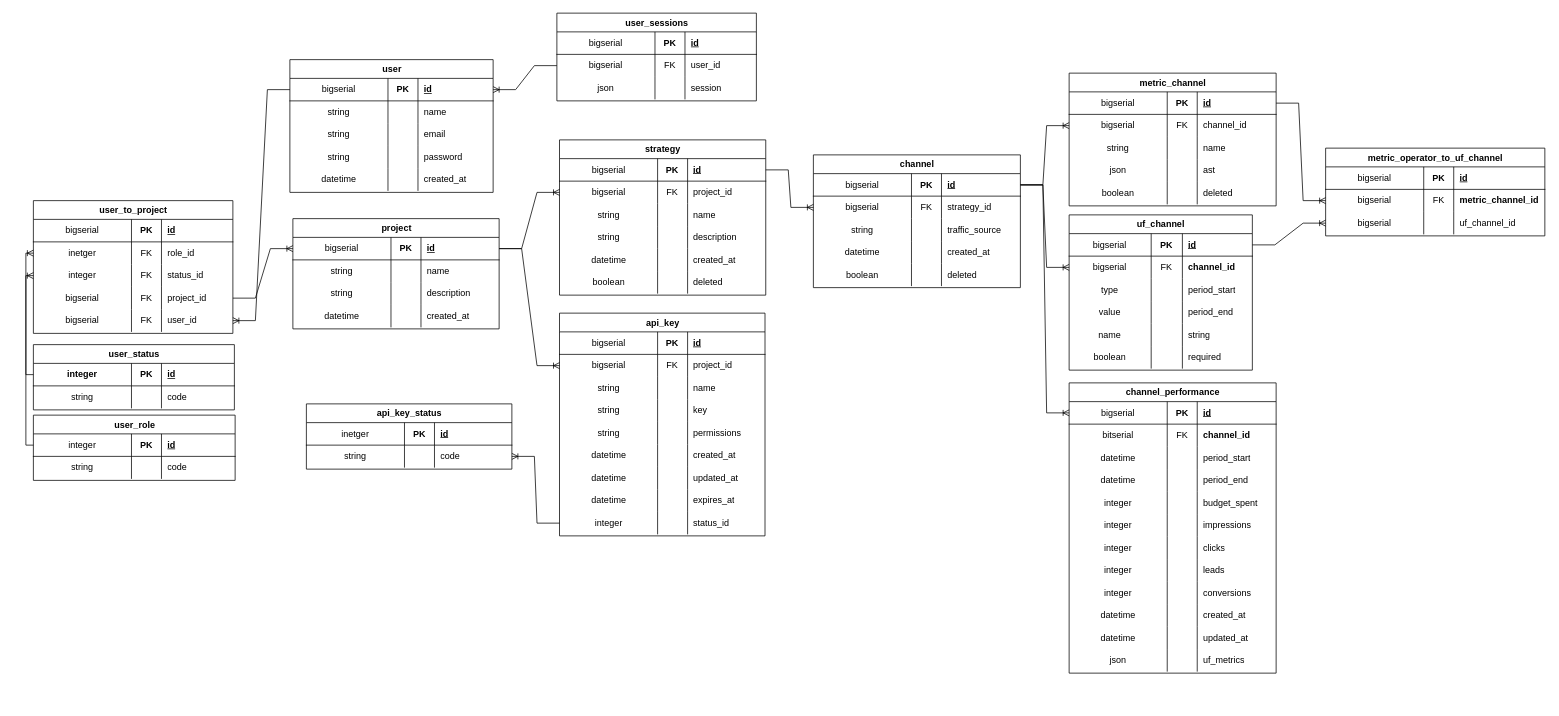
The draw.io diagram page "Страница-7" (6 of 7) of техническое_задание.drawio in Filimon4/diplom, before the edit. Source tidied: cells renumbered, new cells numbered last; positions are measured from the earlier drawing's top-left corner, leaving out a move shared by most shapes. Both pictures are drawn from the tidied source at 75%, with x=0, y=0 at pixel (33, 13).
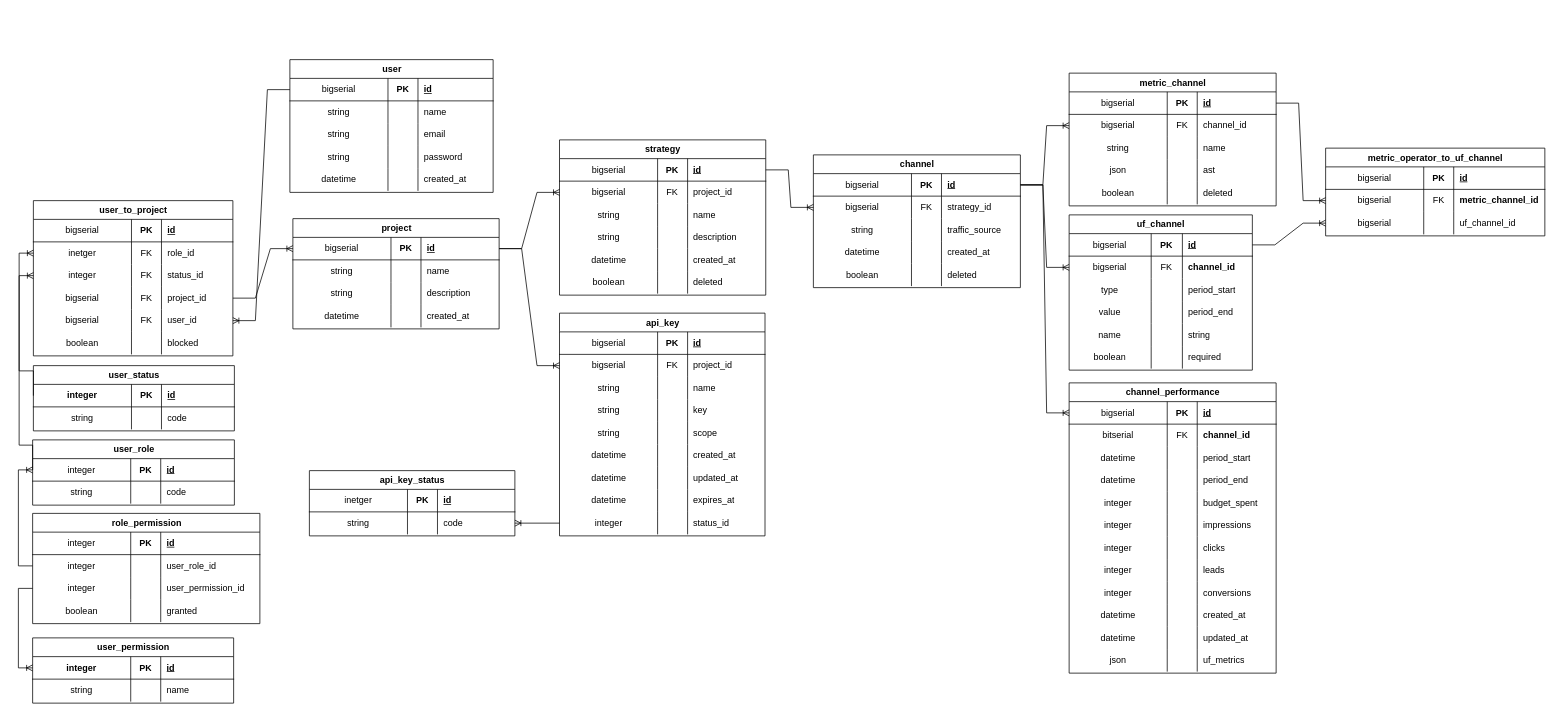
After the change.

The change refers to these unchanged cells:
```xml
<mxCell id="7" style="shape=tableRow;horizontal=0;startSize=0;swimlaneHead=0;swimlaneBody=0;fillColor=none;points=[[0,0.5],[1,0.5]];portConstraint=eastwest;top=0;left=0;right=0;bottom=0;" parent="2" vertex="1">
  <mxGeometry y="55" width="266" height="30" as="geometry" />
</mxCell>
<mxCell id="11" style="shape=tableRow;horizontal=0;startSize=0;swimlaneHead=0;swimlaneBody=0;fillColor=none;points=[[0,0.5],[1,0.5]];portConstraint=eastwest;top=0;left=0;right=0;bottom=0;" parent="2" vertex="1">
  <mxGeometry y="85" width="266" height="30" as="geometry" />
</mxCell>
<mxCell id="65" style="shape=tableRow;horizontal=0;startSize=0;swimlaneHead=0;swimlaneBody=0;fillColor=none;top=0;left=0;right=0;bottom=0;" parent="48" vertex="1">
  <mxGeometry y="145" width="274" height="30" as="geometry" />
</mxCell>
<mxCell id="110" style="shape=tableRow;horizontal=0;startSize=0;swimlaneHead=0;swimlaneBody=0;fillColor=none;points=[[0,0.5],[1,0.5]];portConstraint=eastwest;top=0;left=0;right=0;bottom=1;" parent="109" vertex="1">
  <mxGeometry y="25" width="268" height="30" as="geometry" />
</mxCell>
<mxCell id="130" style="shape=tableRow;horizontal=0;startSize=0;swimlaneHead=0;swimlaneBody=0;fillColor=none;points=[[0,0.5],[1,0.5]];portConstraint=eastwest;top=0;left=0;right=0;bottom=1;" parent="129" vertex="1">
  <mxGeometry y="25" width="269" height="30" as="geometry" />
</mxCell>
<mxCell id="157" style="shape=tableRow;horizontal=0;startSize=0;swimlaneHead=0;swimlaneBody=0;fillColor=none;points=[[0,0.5],[1,0.5]];portConstraint=eastwest;top=0;left=0;right=0;bottom=1;" parent="156" vertex="1">
  <mxGeometry y="25" width="271" height="30" as="geometry" />
</mxCell>
```

Diff of the diagram source:
```diff
@@
     <mxCell id="2" value="user_to_project" style="shape=table;startSize=25;childLayout=tableLayout;rowLines=0;fontStyle=1;align=center;html=1;" parent="1" vertex="1">
-      <mxGeometry y="250" width="266" height="177" as="geometry" />
+      <mxGeometry y="250" width="266" height="207" as="geometry" />
     </mxCell>
@@
+    <mxCell id="306" style="shape=tableRow;horizontal=0;startSize=0;swimlaneHead=0;swimlaneBody=0;fillColor=none;top=0;left=0;right=0;bottom=0;" parent="2" vertex="1">
+      <mxGeometry y="175" width="266" height="30" as="geometry" />
+    </mxCell>
+    <mxCell id="307" value="boolean" style="shape=partialRectangle;fillColor=none;top=0;left=0;bottom=0;right=0;overflow=hidden;whiteSpace=wrap;html=1;" parent="306" vertex="1">
+      <mxGeometry width="130.8" height="30" as="geometry" />
+    </mxCell>
+    <mxCell id="308" style="shape=partialRectangle;fillColor=none;top=0;left=0;bottom=0;right=0;overflow=hidden;whiteSpace=wrap;html=1;" parent="306" vertex="1">
+      <mxGeometry x="130.8" width="40" height="30" as="geometry" />
+    </mxCell>
+    <mxCell id="309" value="blocked" style="shape=partialRectangle;fillColor=none;top=0;left=0;bottom=0;right=0;align=left;spacingLeft=6;overflow=hidden;whiteSpace=wrap;html=1;" parent="306" vertex="1">
+      <mxGeometry x="170.8" width="95.2" height="30" as="geometry" />
+    </mxCell>
@@
-    <mxCell id="68" value="permissions" style="shape=partialRectangle;fillColor=none;top=0;left=0;bottom=0;right=0;align=left;spacingLeft=6;overflow=hidden;whiteSpace=wrap;html=1;" parent="65" vertex="1">
+    <mxCell id="68" value="scope" style="shape=partialRectangle;fillColor=none;top=0;left=0;bottom=0;right=0;align=left;spacingLeft=6;overflow=hidden;whiteSpace=wrap;html=1;" parent="65" vertex="1">
       <mxGeometry x="170.8" width="103.2" height="30" as="geometry" />
     </mxCell>
@@
     <mxCell id="109" value="user_status" style="shape=table;startSize=25;childLayout=tableLayout;rowLines=0;fontStyle=1;align=center;html=1;" parent="1" vertex="1">
-      <mxGeometry y="442" width="268" height="87" as="geometry" />
+      <mxGeometry y="470" width="268" height="87" as="geometry" />
     </mxCell>
@@
     <mxCell id="118" style="edgeStyle=orthogonalEdgeStyle;fontSize=12;html=1;endArrow=none;rounded=0;exitX=0;exitY=0.5;exitDx=0;exitDy=0;entryX=0;entryY=0.5;entryDx=0;entryDy=0;startArrow=ERoneToMany;startFill=0;endFill=0;" parent="1" edge="1" source="11" target="110">
-      <mxGeometry relative="1" as="geometry" />
+      <mxGeometry relative="1" as="geometry">
+        <Array as="points">
+          <mxPoint x="-19" y="350" />
+          <mxPoint x="-19" y="477" />
+        </Array>
+      </mxGeometry>
     </mxCell>
     <mxCell id="119" value="api_key_status" style="shape=table;startSize=25;childLayout=tableLayout;rowLines=0;fontStyle=1;align=center;html=1;" parent="1" vertex="1">
-      <mxGeometry x="364" y="521" width="274" height="87" as="geometry" />
+      <mxGeometry x="368" y="610" width="274" height="87" as="geometry" />
     </mxCell>
@@
     <mxCell id="129" value="user_role" style="shape=table;startSize=25;childLayout=tableLayout;rowLines=0;fontStyle=1;align=center;html=1;" parent="1" vertex="1">
-      <mxGeometry y="536" width="269" height="87" as="geometry" />
+      <mxGeometry x="-1" y="569" width="269" height="87" as="geometry" />
     </mxCell>
@@
-    <mxCell id="138" style="edgeStyle=orthogonalEdgeStyle;fontSize=12;html=1;endArrow=none;rounded=0;exitX=0;exitY=0.5;exitDx=0;exitDy=0;entryX=0;entryY=0.5;entryDx=0;entryDy=0;startArrow=ERoneToMany;startFill=0;endFill=0;" parent="1" edge="1" source="7" target="130">
-      <mxGeometry relative="1" as="geometry" />
+    <mxCell id="138" style="edgeStyle=orthogonalEdgeStyle;fontSize=12;html=1;endArrow=none;rounded=0;entryX=0;entryY=0.5;entryDx=0;entryDy=0;startArrow=ERoneToMany;startFill=0;endFill=0;exitX=0;exitY=0.5;exitDx=0;exitDy=0;" parent="1" edge="1" source="7" target="130">
+      <mxGeometry relative="1" as="geometry">
+        <Array as="points">
+          <mxPoint x="-19" y="320" />
+          <mxPoint x="-19" y="576" />
+        </Array>
+      </mxGeometry>
     </mxCell>
@@
-    <mxCell id="229" value="user_sessions" style="shape=table;startSize=25;childLayout=tableLayout;rowLines=0;fontStyle=1;align=center;html=1;" parent="1" vertex="1">
-      <mxGeometry x="698" width="266" height="117" as="geometry" />
-    </mxCell>
-    <mxCell id="230" style="shape=tableRow;horizontal=0;startSize=0;swimlaneHead=0;swimlaneBody=0;fillColor=none;top=0;left=0;right=0;bottom=1;" parent="229" vertex="1">
-      <mxGeometry y="25" width="266" height="30" as="geometry" />
-    </mxCell>
-    <mxCell id="231" value="&lt;div style=&quot;&quot;&gt;&lt;span style=&quot;color: light-dark(rgb(0, 0, 0), rgb(237, 237, 237)); font-weight: 400; background-color: transparent;&quot;&gt;&lt;font face=&quot;Helvetica&quot;&gt;bigserial&lt;/font&gt;&lt;/span&gt;&lt;/div&gt;" style="shape=partialRectangle;fillColor=none;top=0;left=0;bottom=0;right=0;fontStyle=1;overflow=hidden;whiteSpace=wrap;html=1;align=center;" parent="230" vertex="1">
-      <mxGeometry width="130.8" height="30" as="geometry" />
-    </mxCell>
-    <mxCell id="232" value="PK" style="shape=partialRectangle;fillColor=none;top=0;left=0;bottom=0;right=0;fontStyle=1;overflow=hidden;whiteSpace=wrap;html=1;" parent="230" vertex="1">
-      <mxGeometry x="130.8" width="40" height="30" as="geometry" />
-    </mxCell>
-    <mxCell id="233" value="id" style="shape=partialRectangle;fillColor=none;top=0;left=0;bottom=0;right=0;align=left;spacingLeft=6;fontStyle=5;overflow=hidden;whiteSpace=wrap;html=1;" parent="230" vertex="1">
-      <mxGeometry x="170.8" width="95.2" height="30" as="geometry" />
-    </mxCell>
-    <mxCell id="234" style="shape=tableRow;horizontal=0;startSize=0;swimlaneHead=0;swimlaneBody=0;fillColor=none;points=[[0,0.5],[1,0.5]];portConstraint=eastwest;top=0;left=0;right=0;bottom=0;" parent="229" vertex="1">
-      <mxGeometry y="55" width="266" height="30" as="geometry" />
-    </mxCell>
-    <mxCell id="235" value="bigserial" style="shape=partialRectangle;fillColor=none;top=0;left=0;bottom=0;right=0;overflow=hidden;whiteSpace=wrap;html=1;" parent="234" vertex="1">
-      <mxGeometry width="130.8" height="30" as="geometry" />
-    </mxCell>
-    <mxCell id="236" value="FK" style="shape=partialRectangle;fillColor=none;top=0;left=0;bottom=0;right=0;overflow=hidden;whiteSpace=wrap;html=1;" parent="234" vertex="1">
-      <mxGeometry x="130.8" width="40" height="30" as="geometry" />
-    </mxCell>
-    <mxCell id="237" value="user_id" style="shape=partialRectangle;fillColor=none;top=0;left=0;bottom=0;right=0;align=left;spacingLeft=6;overflow=hidden;whiteSpace=wrap;html=1;" parent="234" vertex="1">
-      <mxGeometry x="170.8" width="95.2" height="30" as="geometry" />
-    </mxCell>
-    <mxCell id="238" style="shape=tableRow;horizontal=0;startSize=0;swimlaneHead=0;swimlaneBody=0;fillColor=none;top=0;left=0;right=0;bottom=0;" parent="229" vertex="1">
-      <mxGeometry y="85" width="266" height="30" as="geometry" />
-    </mxCell>
-    <mxCell id="239" value="json" style="shape=partialRectangle;fillColor=none;top=0;left=0;bottom=0;right=0;overflow=hidden;whiteSpace=wrap;html=1;" parent="238" vertex="1">
-      <mxGeometry width="130.8" height="30" as="geometry" />
-    </mxCell>
-    <mxCell id="240" style="shape=partialRectangle;fillColor=none;top=0;left=0;bottom=0;right=0;overflow=hidden;whiteSpace=wrap;html=1;" parent="238" vertex="1">
-      <mxGeometry x="130.8" width="40" height="30" as="geometry" />
-    </mxCell>
-    <mxCell id="241" value="session" style="shape=partialRectangle;fillColor=none;top=0;left=0;bottom=0;right=0;align=left;spacingLeft=6;overflow=hidden;whiteSpace=wrap;html=1;" parent="238" vertex="1">
-      <mxGeometry x="170.8" width="95.2" height="30" as="geometry" />
-    </mxCell>
-    <mxCell id="242" style="edgeStyle=entityRelationEdgeStyle;fontSize=12;html=1;endArrow=ERoneToMany;rounded=0;entryX=1;entryY=0.5;entryDx=0;entryDy=0;exitX=0;exitY=0.5;exitDx=0;exitDy=0;" parent="1" edge="1" source="234" target="157">
-      <mxGeometry relative="1" as="geometry" />
-    </mxCell>
@@
+    <mxCell id="310" value="role_permission" style="shape=table;startSize=25;childLayout=tableLayout;rowLines=0;fontStyle=1;align=center;html=1;" parent="1" vertex="1">
+      <mxGeometry x="-1" y="667" width="303" height="147" as="geometry" />
+    </mxCell>
+    <mxCell id="311" style="shape=tableRow;horizontal=0;startSize=0;swimlaneHead=0;swimlaneBody=0;fillColor=none;top=0;left=0;right=0;bottom=1;" parent="310" vertex="1">
+      <mxGeometry y="25" width="303" height="30" as="geometry" />
+    </mxCell>
+    <mxCell id="312" value="&lt;div style=&quot;&quot;&gt;&lt;span style=&quot;color: light-dark(rgb(0, 0, 0), rgb(237, 237, 237)); font-weight: 400; background-color: transparent;&quot;&gt;&lt;font face=&quot;Helvetica&quot;&gt;integer&lt;/font&gt;&lt;/span&gt;&lt;/div&gt;" style="shape=partialRectangle;fillColor=none;top=0;left=0;bottom=0;right=0;fontStyle=1;overflow=hidden;whiteSpace=wrap;html=1;align=center;" parent="311" vertex="1">
+      <mxGeometry width="130.8" height="30" as="geometry" />
+    </mxCell>
+    <mxCell id="313" value="PK" style="shape=partialRectangle;fillColor=none;top=0;left=0;bottom=0;right=0;fontStyle=1;overflow=hidden;whiteSpace=wrap;html=1;" parent="311" vertex="1">
+      <mxGeometry x="130.8" width="40" height="30" as="geometry" />
+    </mxCell>
+    <mxCell id="314" value="id" style="shape=partialRectangle;fillColor=none;top=0;left=0;bottom=0;right=0;align=left;spacingLeft=6;fontStyle=5;overflow=hidden;whiteSpace=wrap;html=1;" parent="311" vertex="1">
+      <mxGeometry x="170.8" width="132.2" height="30" as="geometry" />
+    </mxCell>
+    <mxCell id="315" style="shape=tableRow;horizontal=0;startSize=0;swimlaneHead=0;swimlaneBody=0;fillColor=none;points=[[0,0.5],[1,0.5]];portConstraint=eastwest;top=0;left=0;right=0;bottom=0;" parent="310" vertex="1">
+      <mxGeometry y="55" width="303" height="30" as="geometry" />
+    </mxCell>
+    <mxCell id="316" value="integer" style="shape=partialRectangle;fillColor=none;top=0;left=0;bottom=0;right=0;overflow=hidden;whiteSpace=wrap;html=1;" parent="315" vertex="1">
+      <mxGeometry width="130.8" height="30" as="geometry" />
+    </mxCell>
+    <mxCell id="317" style="shape=partialRectangle;fillColor=none;top=0;left=0;bottom=0;right=0;overflow=hidden;whiteSpace=wrap;html=1;" parent="315" vertex="1">
+      <mxGeometry x="130.8" width="40" height="30" as="geometry" />
+    </mxCell>
+    <mxCell id="318" value="user_role_id" style="shape=partialRectangle;fillColor=none;top=0;left=0;bottom=0;right=0;align=left;spacingLeft=6;overflow=hidden;whiteSpace=wrap;html=1;" parent="315" vertex="1">
+      <mxGeometry x="170.8" width="132.2" height="30" as="geometry" />
+    </mxCell>
+    <mxCell id="319" style="shape=tableRow;horizontal=0;startSize=0;swimlaneHead=0;swimlaneBody=0;fillColor=none;points=[[0,0.5],[1,0.5]];portConstraint=eastwest;top=0;left=0;right=0;bottom=0;" parent="310" vertex="1">
+      <mxGeometry y="85" width="303" height="30" as="geometry" />
+    </mxCell>
+    <mxCell id="320" value="integer" style="shape=partialRectangle;fillColor=none;top=0;left=0;bottom=0;right=0;overflow=hidden;whiteSpace=wrap;html=1;" parent="319" vertex="1">
+      <mxGeometry width="130.8" height="30" as="geometry" />
+    </mxCell>
+    <mxCell id="321" style="shape=partialRectangle;fillColor=none;top=0;left=0;bottom=0;right=0;overflow=hidden;whiteSpace=wrap;html=1;" parent="319" vertex="1">
+      <mxGeometry x="130.8" width="40" height="30" as="geometry" />
+    </mxCell>
+    <mxCell id="322" value="user_&lt;span style=&quot;text-align: center; text-wrap-mode: nowrap;&quot;&gt;permission&lt;/span&gt;_id" style="shape=partialRectangle;fillColor=none;top=0;left=0;bottom=0;right=0;align=left;spacingLeft=6;overflow=hidden;whiteSpace=wrap;html=1;" parent="319" vertex="1">
+      <mxGeometry x="170.8" width="132.2" height="30" as="geometry" />
+    </mxCell>
+    <mxCell id="323" style="shape=tableRow;horizontal=0;startSize=0;swimlaneHead=0;swimlaneBody=0;fillColor=none;top=0;left=0;right=0;bottom=0;" parent="310" vertex="1">
+      <mxGeometry y="115" width="303" height="30" as="geometry" />
+    </mxCell>
+    <mxCell id="324" value="boolean" style="shape=partialRectangle;fillColor=none;top=0;left=0;bottom=0;right=0;overflow=hidden;whiteSpace=wrap;html=1;" parent="323" vertex="1">
+      <mxGeometry width="130.8" height="30" as="geometry" />
+    </mxCell>
+    <mxCell id="325" style="shape=partialRectangle;fillColor=none;top=0;left=0;bottom=0;right=0;overflow=hidden;whiteSpace=wrap;html=1;" parent="323" vertex="1">
+      <mxGeometry x="130.8" width="40" height="30" as="geometry" />
+    </mxCell>
+    <mxCell id="326" value="granted" style="shape=partialRectangle;fillColor=none;top=0;left=0;bottom=0;right=0;align=left;spacingLeft=6;overflow=hidden;whiteSpace=wrap;html=1;" parent="323" vertex="1">
+      <mxGeometry x="170.8" width="132.2" height="30" as="geometry" />
+    </mxCell>
+    <mxCell id="327" value="&lt;span style=&quot;text-align: left; text-wrap-mode: wrap;&quot;&gt;user_&lt;/span&gt;permission" style="shape=table;startSize=25;childLayout=tableLayout;rowLines=0;fontStyle=1;align=center;html=1;flipV=0;flipH=1;" parent="1" vertex="1">
+      <mxGeometry x="-1" y="833" width="268" height="87" as="geometry" />
+    </mxCell>
+    <mxCell id="328" style="shape=tableRow;horizontal=0;startSize=0;swimlaneHead=0;swimlaneBody=0;fillColor=none;points=[[0,0.5],[1,0.5]];portConstraint=eastwest;top=0;left=0;right=0;bottom=1;" parent="327" vertex="1">
+      <mxGeometry y="25" width="268" height="30" as="geometry" />
+    </mxCell>
+    <mxCell id="329" value="integer" style="shape=partialRectangle;fillColor=none;top=0;left=0;bottom=0;right=0;fontStyle=1;overflow=hidden;whiteSpace=wrap;html=1;align=center;" parent="328" vertex="1">
+      <mxGeometry width="130.8" height="30" as="geometry" />
+    </mxCell>
+    <mxCell id="330" value="PK" style="shape=partialRectangle;fillColor=none;top=0;left=0;bottom=0;right=0;fontStyle=1;overflow=hidden;whiteSpace=wrap;html=1;" parent="328" vertex="1">
+      <mxGeometry x="130.8" width="40" height="30" as="geometry" />
+    </mxCell>
+    <mxCell id="331" value="id" style="shape=partialRectangle;fillColor=none;top=0;left=0;bottom=0;right=0;align=left;spacingLeft=6;fontStyle=5;overflow=hidden;whiteSpace=wrap;html=1;" parent="328" vertex="1">
+      <mxGeometry x="170.8" width="97.2" height="30" as="geometry" />
+    </mxCell>
+    <mxCell id="332" style="shape=tableRow;horizontal=0;startSize=0;swimlaneHead=0;swimlaneBody=0;fillColor=none;top=0;left=0;right=0;bottom=0;" parent="327" vertex="1">
+      <mxGeometry y="55" width="268" height="30" as="geometry" />
+    </mxCell>
+    <mxCell id="333" value="string" style="shape=partialRectangle;fillColor=none;top=0;left=0;bottom=0;right=0;overflow=hidden;whiteSpace=wrap;html=1;" parent="332" vertex="1">
+      <mxGeometry width="130.8" height="30" as="geometry" />
+    </mxCell>
+    <mxCell id="334" style="shape=partialRectangle;fillColor=none;top=0;left=0;bottom=0;right=0;overflow=hidden;whiteSpace=wrap;html=1;" parent="332" vertex="1">
+      <mxGeometry x="130.8" width="40" height="30" as="geometry" />
+    </mxCell>
+    <mxCell id="335" value="name" style="shape=partialRectangle;fillColor=none;top=0;left=0;bottom=0;right=0;align=left;spacingLeft=6;overflow=hidden;whiteSpace=wrap;html=1;" parent="332" vertex="1">
+      <mxGeometry x="170.8" width="97.2" height="30" as="geometry" />
+    </mxCell>
+    <mxCell id="336" style="edgeStyle=orthogonalEdgeStyle;rounded=0;jettySize=auto;html=1;exitX=0;exitY=0.5;exitDx=0;exitDy=0;entryX=0;entryY=0.5;entryDx=0;entryDy=0;endArrow=ERoneToMany;endFill=0;" parent="1" edge="1" source="315" target="130">
+      <mxGeometry relative="1" as="geometry">
+        <Array as="points">
+          <mxPoint x="-20" y="737" />
+          <mxPoint x="-20" y="609" />
+        </Array>
+      </mxGeometry>
+    </mxCell>
+    <mxCell id="337" style="edgeStyle=orthogonalEdgeStyle;rounded=0;jettySize=auto;html=1;exitX=0;exitY=0.5;exitDx=0;exitDy=0;entryX=0;entryY=0.5;entryDx=0;entryDy=0;endArrow=ERoneToMany;endFill=0;" parent="1" edge="1" source="319" target="328">
+      <mxGeometry relative="1" as="geometry">
+        <Array as="points">
+          <mxPoint x="-20" y="767" />
+          <mxPoint x="-20" y="873" />
+        </Array>
+      </mxGeometry>
+    </mxCell>
```
